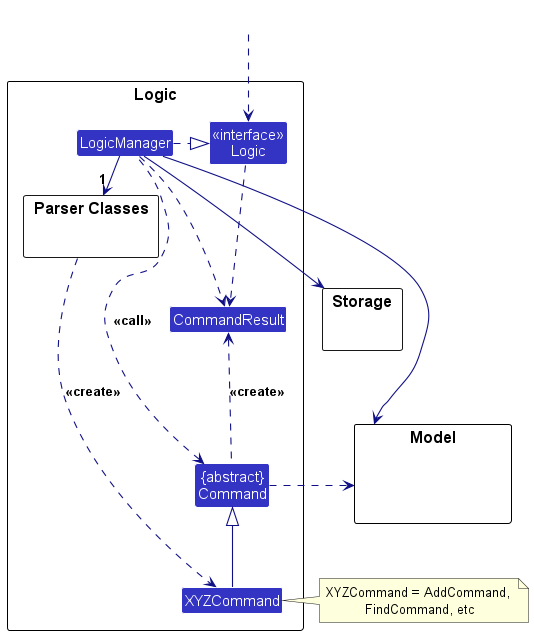
This is docs/images/LogicClassDiagram.png from nus-cs2103-AY2425S1/tp, a PlantUML export, as it was before one commit. Its source is kept beside it as docs/diagrams/LogicClassDiagram.puml.
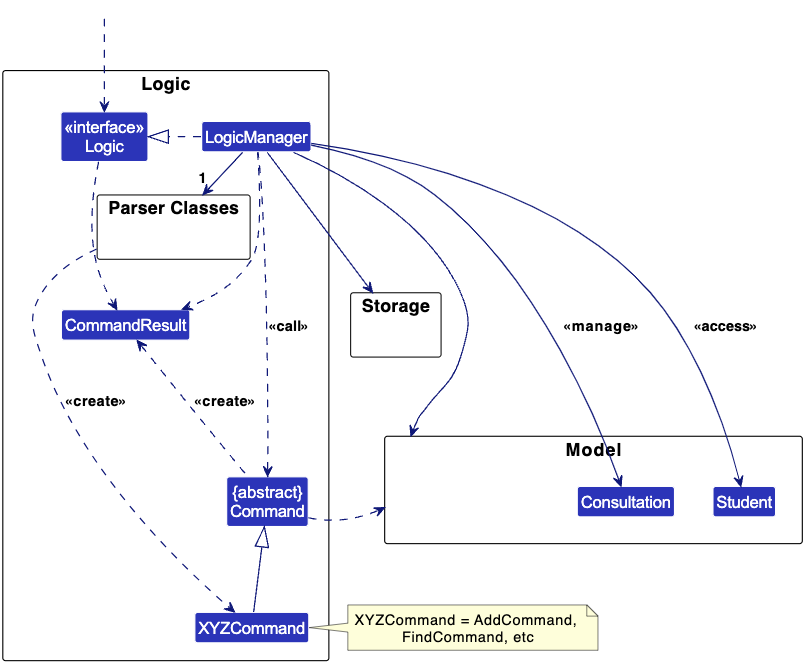
Above is the later version.

Commit message:
fix: edit logic uml

Change to the diagram source:
```diff
@@ -20,6 +20,7 @@
 package Model {
 Class HiddenModel #FFFFFF
 Class Consultation
+Class Student
 }
 
 package Storage {
@@ -38,10 +39,11 @@
 LogicManager --> Model
 LogicManager --> Storage
 LogicManager --> Consultation : <<manage>>
+LogicManager --> Student : <<access>>
+
 Storage --[hidden] Model
 Command .[hidden]up.> Storage
 Command .right.> Model
-Command .up.> Consultation
 note right of XYZCommand: XYZCommand = AddCommand, \nFindCommand, etc
 
 Logic ..> CommandResult
```
